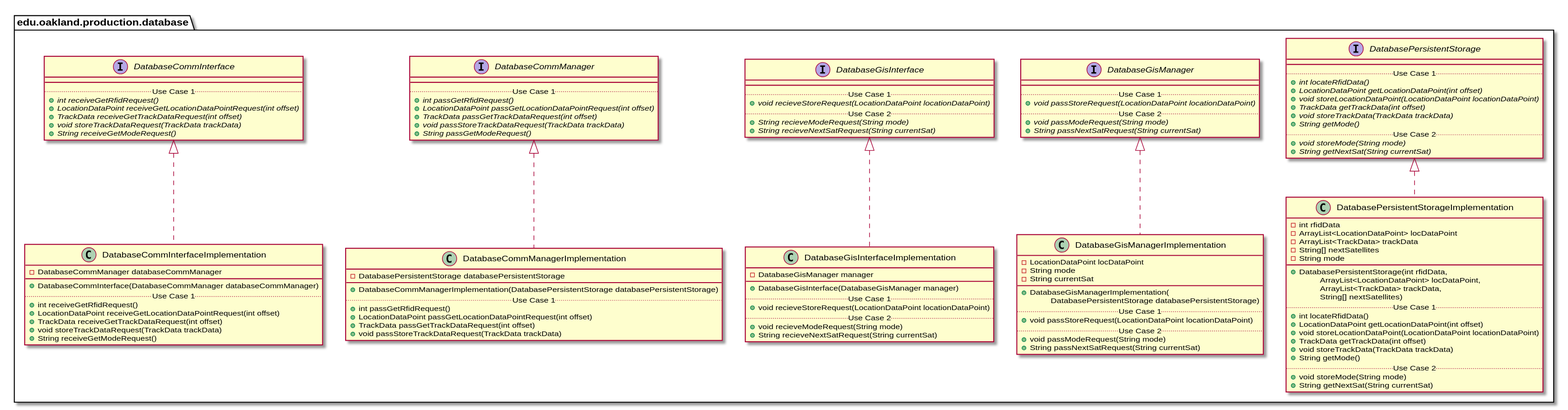
Before: docs/uml-class-diagrams/database/production/DatabaseProductionPackage_Closure.svg, a diagram exported from PlantUML (andrewdimmer/csi-3370-software-project).
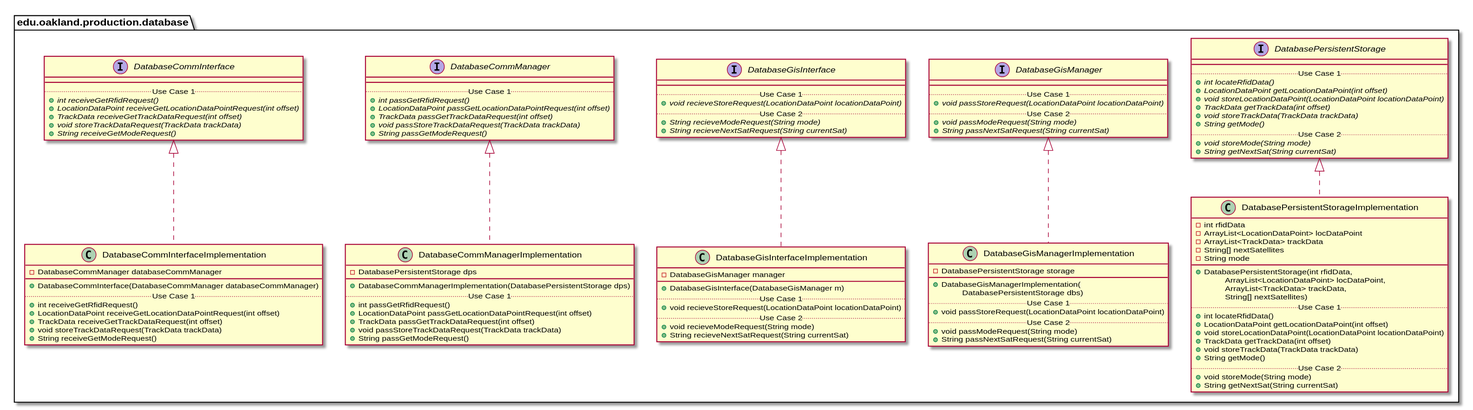
After the commit.

What changed in the source:
```diff
@@ -128,14 +128,15 @@
 
 package edu.oakland.production.database {
     class DatabaseCommManagerImplementation {
-        - DatabasePersistentStorage databasePersistentStorage
+        - DatabasePersistentStorage dps
         __
-        + DatabaseCommManagerImplementation(DatabasePersistentStorage databasePersistentStorage)
+        + DatabaseCommManagerImplementation(DatabasePersistentStorage dps)
         .. Use Case 1 ..
         + int passGetRfidRequest()
         + LocationDataPoint passGetLocationDataPointRequest(int offset)
         + TrackData passGetTrackDataRequest(int offset)
         + void passStoreTrackDataRequest(TrackData trackData)
+        + String passGetModeRequest()
     }
 }
 
@@ -152,7 +153,7 @@
     class DatabaseGisInterfaceImplementation {
         - DatabaseGisManager manager
         __
-        + DatabaseGisInterface(DatabaseGisManager manager)
+        + DatabaseGisInterface(DatabaseGisManager m)
         .. Use Case 1 ..
         + void recieveStoreRequest(LocationDataPoint locationDataPoint)
         .. Use Case 2 ..
@@ -172,12 +173,10 @@
 
 package edu.oakland.production.database {
     class DatabaseGisManagerImplementation {
-        - LocationDataPoint locDataPoint
-        - String mode
-        - String currentSat
+        - DatabasePersistentStorage storage
         __
         + DatabaseGisManagerImplementation(
-        \tDatabasePersistentStorage databasePersistentStorage)
+        \tDatabasePersistentStorage dbs)
         .. Use Case 1 ..
         + void passStoreRequest(LocationDataPoint locationDataPoint)
         .. Use Case 2 ..
```
